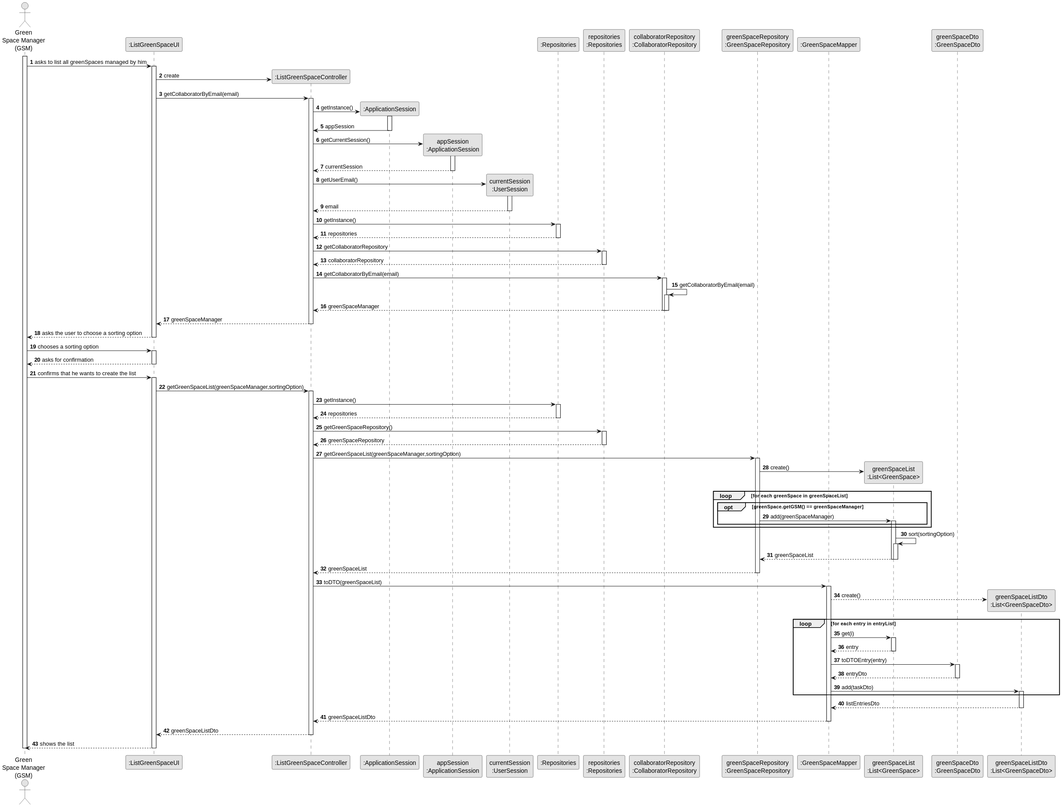
The PlantUML diagram docs/sprintC/us027/03.design/svg/us027-sequence-diagram-full.svg in diogoveirospro/lei-24-s2-1dg-g072, before a commit.
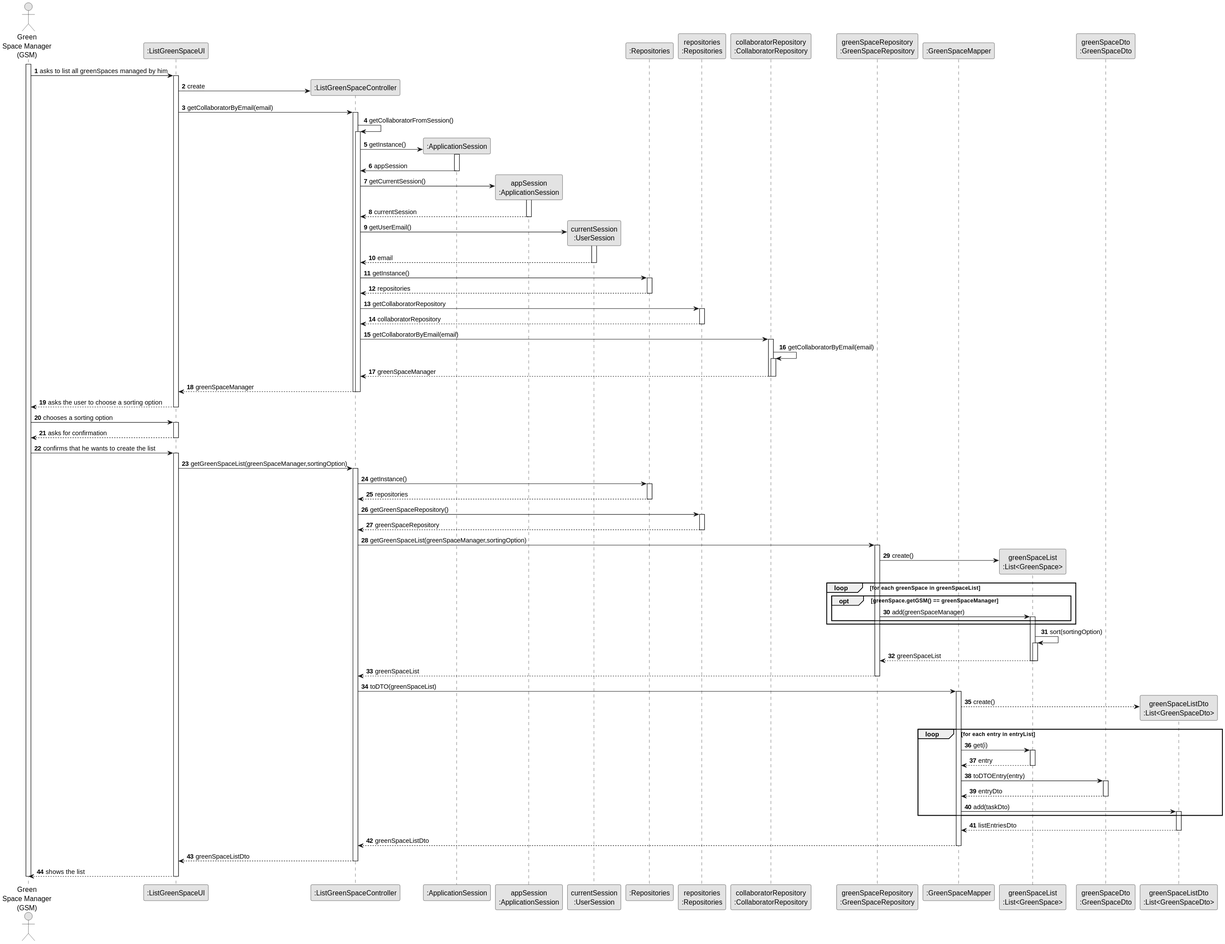
After the change.

What changed in the source:
```diff
@@ -28,6 +28,8 @@
 
                 UI -> CTRL** : create
                     UI -> CTRL : getCollaboratorByEmail(email)
+                        activate CTRL
+                        CTRL -> CTRL : getCollaboratorFromSession()
                         activate CTRL
 
                         CTRL -> _APP**: getInstance()
@@ -71,6 +73,8 @@
 
                             deactivate collaboratorRepository
                         CTRL --> UI : greenSpaceManager
+                        deactivate CTRL
+
                         deactivate CTRL
             UI --> GSM : asks the user to choose a sorting option
         deactivate UI
```
